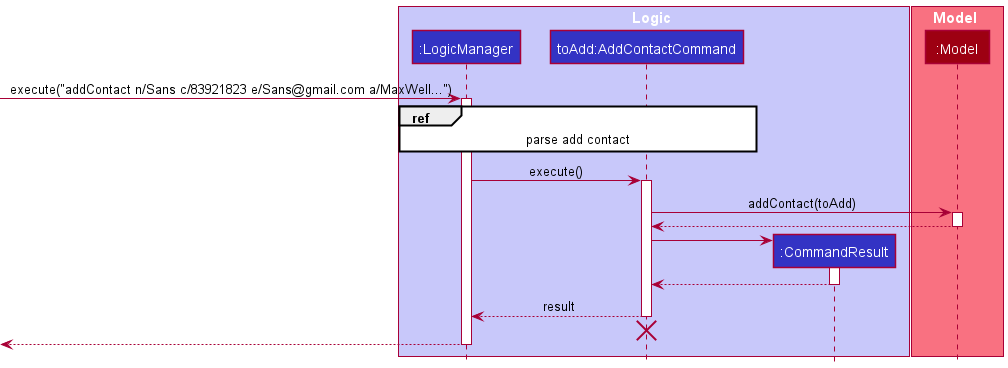
ooawagaeri/tp keeps this PlantUML diagram as docs/images/contact/AddContactSequenceDiagram.png. Above is the earlier version.
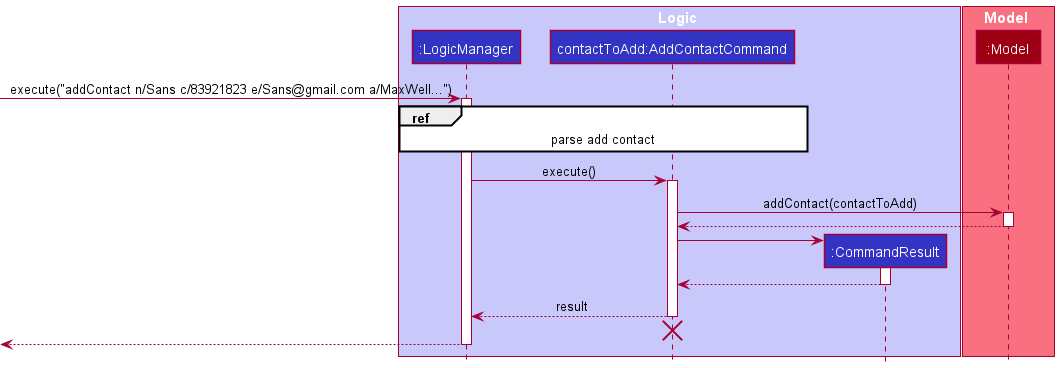
Above is the later version.

What changed in the source:
```diff
@@ -1,9 +1,9 @@
 @startuml
-!include style.puml
+!include ../style.puml
 
 box Logic LOGIC_COLOR_T1
 participant ":LogicManager" as LogicManager LOGIC_COLOR
-participant "toAdd:AddContactCommand" as AddContactCommand LOGIC_COLOR
+participant "contactToAdd:AddContactCommand" as AddContactCommand LOGIC_COLOR
 participant ":CommandResult" as CommandResult LOGIC_COLOR
 end box
 
@@ -18,7 +18,7 @@
 LogicManager -> AddContactCommand : execute()
 activate AddContactCommand
 
-AddContactCommand -> Model : addContact(toAdd)
+AddContactCommand -> Model : addContact(contactToAdd)
 activate Model
 
 Model --> AddContactCommand
```
